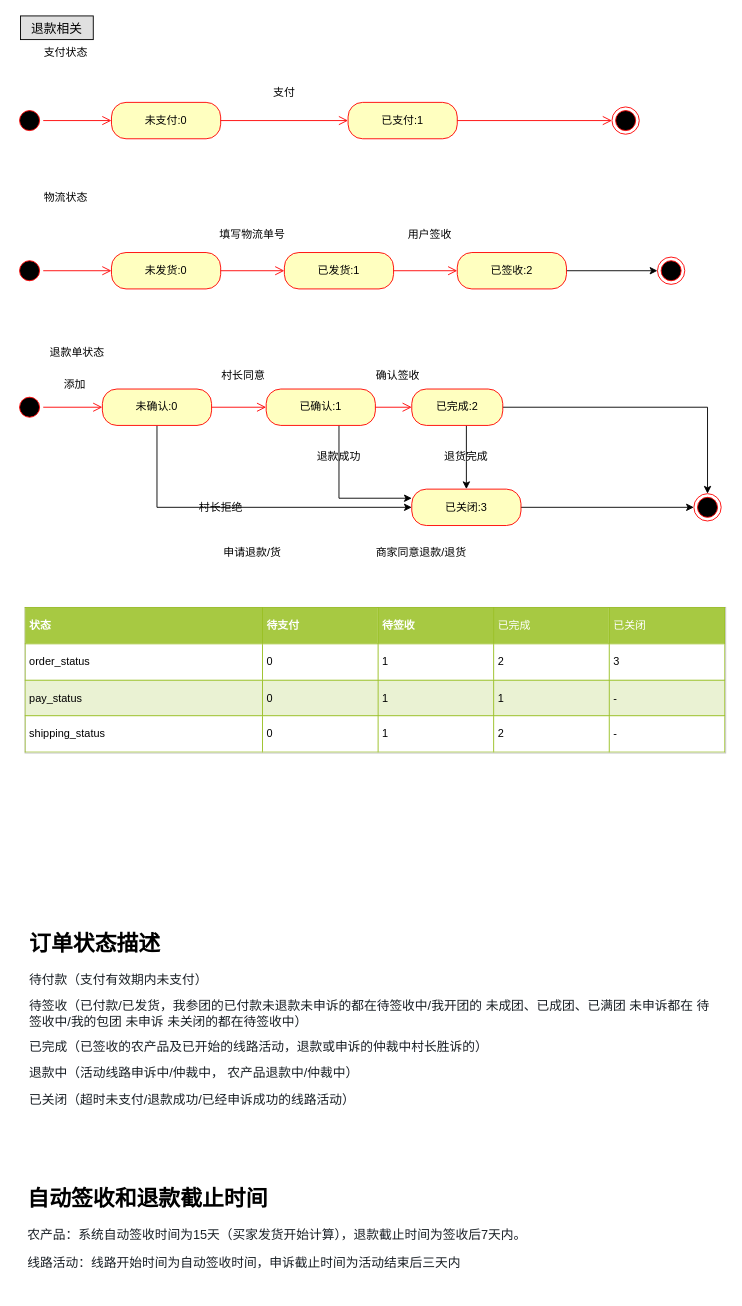
This is page "退款流程" (2 of 7) of 码上趣.drawio from JhonShi/mashangqu, a draw.io file, before an edit. Source tidied: cells renumbered, new cells numbered last; positions are measured from the earlier drawing's top-left corner, leaving out a move shared by most shapes. Both pictures are drawn from the tidied source at 91%, with x=0, y=0 at pixel (15, 15).
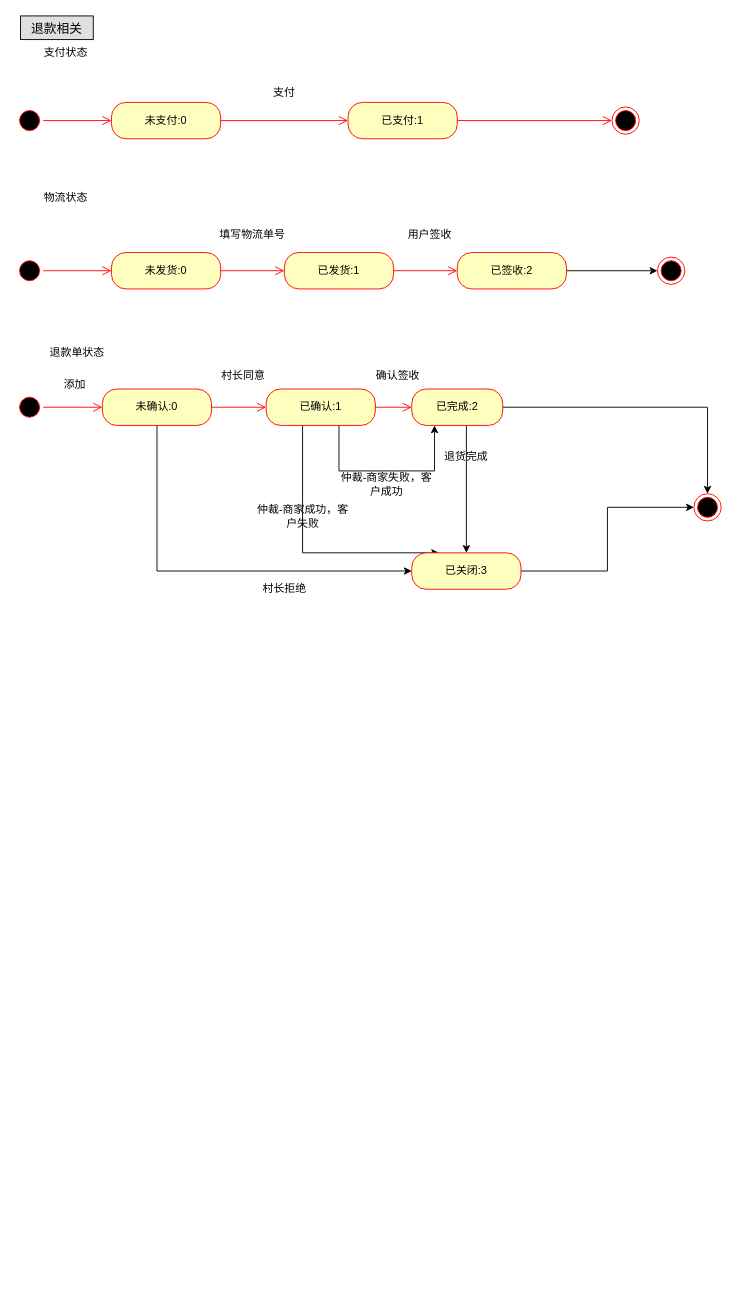
After the change.

Unchanged cells that the change refers to:
```xml
<mxCell id="27" value="未确认:0" style="rounded=1;whiteSpace=wrap;html=1;arcSize=40;fontColor=#000000;fillColor=#ffffc0;strokeColor=#ff0000;" parent="1" vertex="1">
  <mxGeometry x="95" y="410" width="120" height="40" as="geometry" />
</mxCell>
<mxCell id="30" value="已确认:1" style="rounded=1;whiteSpace=wrap;html=1;arcSize=40;fontColor=#000000;fillColor=#ffffc0;strokeColor=#ff0000;" parent="1" vertex="1">
  <mxGeometry x="275" y="410" width="120" height="40" as="geometry" />
</mxCell>
<mxCell id="34" value="已完成:2" style="rounded=1;whiteSpace=wrap;html=1;arcSize=40;fontColor=#000000;fillColor=#ffffc0;strokeColor=#ff0000;" parent="1" vertex="1">
  <mxGeometry x="435" y="410" width="100" height="40" as="geometry" />
</mxCell>
```

Change to the diagram source:
```diff
@@
     <mxCell id="26" style="edgeStyle=orthogonalEdgeStyle;rounded=0;jettySize=auto;html=1;entryX=0;entryY=0.5;entryDx=0;entryDy=0;" parent="1" edge="1" source="27" target="36">
       <mxGeometry relative="1" as="geometry">
         <Array as="points">
-          <mxPoint x="155" y="540" />
+          <mxPoint x="155" y="610" />
         </Array>
       </mxGeometry>
     </mxCell>
@@
+    <mxCell id="50" style="edgeStyle=orthogonalEdgeStyle;rounded=0;jettySize=auto;html=1;entryX=0.25;entryY=1;entryDx=0;entryDy=0;strokeWidth=1;" parent="1" edge="1" source="30" target="34">
+      <mxGeometry relative="1" as="geometry">
+        <Array as="points">
+          <mxPoint x="355" y="500" />
+          <mxPoint x="460" y="500" />
+        </Array>
+      </mxGeometry>
+    </mxCell>
-    <mxCell id="29" style="edgeStyle=orthogonalEdgeStyle;rounded=0;jettySize=auto;html=1;entryX=0;entryY=0.25;entryDx=0;entryDy=0;" parent="1" edge="1" source="30" target="36">
+    <mxCell id="29" style="edgeStyle=orthogonalEdgeStyle;rounded=0;jettySize=auto;html=1;entryX=0.25;entryY=0;entryDx=0;entryDy=0;strokeWidth=1;" parent="1" edge="1" source="30" target="36">
       <mxGeometry relative="1" as="geometry">
         <Array as="points">
-          <mxPoint x="355" y="530" />
+          <mxPoint x="315" y="590" />
         </Array>
       </mxGeometry>
     </mxCell>
@@
     <mxCell id="36" value="已关闭:3" style="rounded=1;whiteSpace=wrap;html=1;arcSize=40;fontColor=#000000;fillColor=#ffffc0;strokeColor=#ff0000;" parent="1" vertex="1">
-      <mxGeometry x="435" y="520" width="120" height="40" as="geometry" />
+      <mxGeometry x="435" y="590" width="120" height="40" as="geometry" />
     </mxCell>
@@
     <mxCell id="41" value="村长拒绝" style="text;html=1;strokeColor=none;fillColor=none;align=center;verticalAlign=middle;whiteSpace=wrap;rounded=0;" parent="1" vertex="1">
-      <mxGeometry x="172.5" y="530" width="105" height="20" as="geometry" />
+      <mxGeometry x="242.5" y="620" width="105" height="20" as="geometry" />
     </mxCell>
@@
-    <mxCell id="44" value="退款成功" style="text;html=1;strokeColor=none;fillColor=none;align=center;verticalAlign=middle;whiteSpace=wrap;rounded=0;" parent="1" vertex="1">
-      <mxGeometry x="330" y="475" width="50" height="20" as="geometry" />
-    </mxCell>
-    <mxCell id="45" value="&lt;table border=&quot;1&quot; width=&quot;100%&quot; cellpadding=&quot;4&quot; style=&quot;width: 100% ; height: 100% ; border-collapse: collapse&quot;&gt;&lt;tbody&gt;&lt;tr style=&quot;background-color: #a7c942 ; color: #ffffff ; border: 1px solid #98bf21&quot;&gt;&lt;th align=&quot;left&quot;&gt;状态&lt;/th&gt;&lt;th align=&quot;left&quot;&gt;待支付&lt;/th&gt;&lt;th align=&quot;left&quot;&gt;待签收&lt;/th&gt;&lt;td&gt;已完成&lt;/td&gt;&lt;td&gt;已关闭&lt;/td&gt;&lt;/tr&gt;&lt;tr style=&quot;border: 1px solid #98bf21&quot;&gt;&lt;td&gt;order_status&lt;/td&gt;&lt;td&gt;0&lt;/td&gt;&lt;td&gt;1&lt;/td&gt;&lt;td&gt;2&lt;/td&gt;&lt;td&gt;3&lt;/td&gt;&lt;/tr&gt;&lt;tr style=&quot;background-color: #eaf2d3 ; border: 1px solid #98bf21&quot;&gt;&lt;td&gt;pay_status&lt;/td&gt;&lt;td&gt;0&lt;/td&gt;&lt;td&gt;1&lt;/td&gt;&lt;td&gt;1&lt;/td&gt;&lt;td&gt;-&lt;/td&gt;&lt;/tr&gt;&lt;tr style=&quot;border: 1px solid #98bf21&quot;&gt;&lt;td&gt;shipping_status&lt;/td&gt;&lt;td&gt;0&lt;/td&gt;&lt;td&gt;1&lt;/td&gt;&lt;td&gt;2&lt;/td&gt;&lt;td&gt;-&lt;/td&gt;&lt;/tr&gt;&lt;/tbody&gt;&lt;/table&gt;" style="text;html=1;strokeColor=#c0c0c0;fillColor=#ffffff;overflow=fill;rounded=0;" parent="1" vertex="1">
-      <mxGeometry x="10" y="650" width="770" height="160" as="geometry" />
-    </mxCell>
-    <mxCell id="46" value="&lt;h1&gt;订单状态描述&lt;/h1&gt;&lt;p&gt;&lt;span style=&quot;color: rgb(25 , 31 , 37) ; font-family: , , &amp;#34;pingfang sc&amp;#34; , &amp;#34;hiragino sans gb&amp;#34; , &amp;#34;segoe ui&amp;#34; , , &amp;#34;roboto&amp;#34; , &amp;#34;droid sans&amp;#34; , &amp;#34;helvetica neue&amp;#34; , sans-serif ; font-size: 14px ; white-space: pre-wrap ; background-color: rgb(255 , 255 , 255)&quot;&gt;待付款（支付有效期内未支付）&lt;/span&gt;&lt;/p&gt;&lt;p&gt;&lt;span style=&quot;color: rgb(25 , 31 , 37) ; font-family: , , &amp;#34;pingfang sc&amp;#34; , &amp;#34;hiragino sans gb&amp;#34; , &amp;#34;segoe ui&amp;#34; , , &amp;#34;roboto&amp;#34; , &amp;#34;droid sans&amp;#34; , &amp;#34;helvetica neue&amp;#34; , sans-serif ; font-size: 14px ; white-space: pre-wrap ; background-color: rgb(255 , 255 , 255)&quot;&gt;待签收（已付款/已发货，我参团的已付款未退款未申诉的都在待签收中/我开团的 未成团、已成团、已满团 未申诉都在 待签收中/&lt;/span&gt;&lt;span style=&quot;color: rgb(25 , 31 , 37) ; font-family: , , &amp;#34;pingfang sc&amp;#34; , &amp;#34;hiragino sans gb&amp;#34; , &amp;#34;segoe ui&amp;#34; , , &amp;#34;roboto&amp;#34; , &amp;#34;droid sans&amp;#34; , &amp;#34;helvetica neue&amp;#34; , sans-serif ; font-size: 14px ; white-space: pre-wrap ; background-color: rgb(255 , 255 , 255)&quot;&gt;我的包团 未申诉 未关闭的都在待签收中）  &lt;/span&gt;&lt;/p&gt;&lt;p&gt;&lt;span style=&quot;color: rgb(25 , 31 , 37) ; font-family: , , &amp;#34;pingfang sc&amp;#34; , &amp;#34;hiragino sans gb&amp;#34; , &amp;#34;segoe ui&amp;#34; , , &amp;#34;roboto&amp;#34; , &amp;#34;droid sans&amp;#34; , &amp;#34;helvetica neue&amp;#34; , sans-serif ; font-size: 14px ; white-space: pre-wrap ; background-color: rgb(255 , 255 , 255)&quot;&gt;已完成（&lt;/span&gt;&lt;span style=&quot;color: rgb(25 , 31 , 37) ; font-family: , , &amp;#34;pingfang sc&amp;#34; , &amp;#34;hiragino sans gb&amp;#34; , &amp;#34;segoe ui&amp;#34; , , &amp;#34;roboto&amp;#34; , &amp;#34;droid sans&amp;#34; , &amp;#34;helvetica neue&amp;#34; , sans-serif ; font-size: 14px ; white-space: pre-wrap ; background-color: rgb(255 , 255 , 255)&quot;&gt;已签收的农产品及已开始的线路活动，退款或申诉的仲裁中村长胜诉的&lt;/span&gt;&lt;span style=&quot;color: rgb(25 , 31 , 37) ; font-family: , , &amp;#34;pingfang sc&amp;#34; , &amp;#34;hiragino sans gb&amp;#34; , &amp;#34;segoe ui&amp;#34; , , &amp;#34;roboto&amp;#34; , &amp;#34;droid sans&amp;#34; , &amp;#34;helvetica neue&amp;#34; , sans-serif ; font-size: 14px ; white-space: pre-wrap ; background-color: rgb(255 , 255 , 255)&quot;&gt;）   &lt;/span&gt;&lt;/p&gt;&lt;p&gt;&lt;span style=&quot;color: rgb(25 , 31 , 37) ; font-family: , , &amp;#34;pingfang sc&amp;#34; , &amp;#34;hiragino sans gb&amp;#34; , &amp;#34;segoe ui&amp;#34; , , &amp;#34;roboto&amp;#34; , &amp;#34;droid sans&amp;#34; , &amp;#34;helvetica neue&amp;#34; , sans-serif ; font-size: 14px ; white-space: pre-wrap ; background-color: rgb(255 , 255 , 255)&quot;&gt;退款中（&lt;/span&gt;&lt;span style=&quot;color: rgb(25 , 31 , 37) ; font-family: , , &amp;#34;pingfang sc&amp;#34; , &amp;#34;hiragino sans gb&amp;#34; , &amp;#34;segoe ui&amp;#34; , , &amp;#34;roboto&amp;#34; , &amp;#34;droid sans&amp;#34; , &amp;#34;helvetica neue&amp;#34; , sans-serif ; font-size: 14px ; white-space: pre-wrap ; background-color: rgb(255 , 255 , 255)&quot;&gt;活动线路申诉中/仲裁中， 农产品退款中/仲裁中&lt;/span&gt;&lt;span style=&quot;color: rgb(25 , 31 , 37) ; font-family: , , &amp;#34;pingfang sc&amp;#34; , &amp;#34;hiragino sans gb&amp;#34; , &amp;#34;segoe ui&amp;#34; , , &amp;#34;roboto&amp;#34; , &amp;#34;droid sans&amp;#34; , &amp;#34;helvetica neue&amp;#34; , sans-serif ; font-size: 14px ; white-space: pre-wrap ; background-color: rgb(255 , 255 , 255)&quot;&gt;）&lt;/span&gt;&lt;/p&gt;&lt;p&gt;&lt;span style=&quot;color: rgb(25 , 31 , 37) ; font-family: , , &amp;#34;pingfang sc&amp;#34; , &amp;#34;hiragino sans gb&amp;#34; , &amp;#34;segoe ui&amp;#34; , , &amp;#34;roboto&amp;#34; , &amp;#34;droid sans&amp;#34; , &amp;#34;helvetica neue&amp;#34; , sans-serif ; font-size: 14px ; white-space: pre-wrap ; background-color: rgb(255 , 255 , 255)&quot;&gt;已关闭（&lt;/span&gt;&lt;span style=&quot;color: rgb(25 , 31 , 37) ; font-family: , , &amp;#34;pingfang sc&amp;#34; , &amp;#34;hiragino sans gb&amp;#34; , &amp;#34;segoe ui&amp;#34; , , &amp;#34;roboto&amp;#34; , &amp;#34;droid sans&amp;#34; , &amp;#34;helvetica neue&amp;#34; , sans-serif ; font-size: 14px ; white-space: pre-wrap ; background-color: rgb(255 , 255 , 255)&quot;&gt;超时未支付/退款成功/已经申诉成功的线路活动&lt;/span&gt;&lt;span style=&quot;color: rgb(25 , 31 , 37) ; font-family: , , &amp;#34;pingfang sc&amp;#34; , &amp;#34;hiragino sans gb&amp;#34; , &amp;#34;segoe ui&amp;#34; , , &amp;#34;roboto&amp;#34; , &amp;#34;droid sans&amp;#34; , &amp;#34;helvetica neue&amp;#34; , sans-serif ; font-size: 14px ; white-space: pre-wrap ; background-color: rgb(255 , 255 , 255)&quot;&gt;）&lt;/span&gt;&lt;br&gt;&lt;/p&gt;" style="text;html=1;strokeColor=none;fillColor=none;spacing=5;spacingTop=-20;whiteSpace=wrap;overflow=hidden;rounded=0;" parent="1" vertex="1">
-      <mxGeometry x="10" y="1000" width="760" height="230" as="geometry" />
-    </mxCell>
-    <mxCell id="47" value="申请退款/货" style="text;html=1;strokeColor=none;fillColor=none;align=center;verticalAlign=middle;whiteSpace=wrap;rounded=0;" parent="1" vertex="1">
-      <mxGeometry x="225" y="580" width="70" height="20" as="geometry" />
-    </mxCell>
-    <mxCell id="48" value="商家同意退款/退货" style="text;html=1;strokeColor=none;fillColor=none;align=center;verticalAlign=middle;whiteSpace=wrap;rounded=0;" parent="1" vertex="1">
-      <mxGeometry x="387.5" y="580" width="115" height="20" as="geometry" />
-    </mxCell>
-    <mxCell id="49" value="&lt;h1&gt;自动签收和退款截止时间&lt;/h1&gt;&lt;p&gt;&lt;span style=&quot;color: rgb(25 , 31 , 37) ; font-family: , , &amp;#34;pingfang sc&amp;#34; , &amp;#34;hiragino sans gb&amp;#34; , &amp;#34;segoe ui&amp;#34; , , &amp;#34;roboto&amp;#34; , &amp;#34;droid sans&amp;#34; , &amp;#34;helvetica neue&amp;#34; , sans-serif ; font-size: 14px ; white-space: pre-wrap ; background-color: rgb(255 , 255 , 255)&quot;&gt;农产品：系统自动签收时间为15天（买家发货开始计算），退款截止时间为签收后7天内。&lt;/span&gt;&lt;br style=&quot;box-sizing: border-box ; color: rgb(25 , 31 , 37) ; font-family: , , &amp;#34;pingfang sc&amp;#34; , &amp;#34;hiragino sans gb&amp;#34; , &amp;#34;segoe ui&amp;#34; , , &amp;#34;roboto&amp;#34; , &amp;#34;droid sans&amp;#34; , &amp;#34;helvetica neue&amp;#34; , sans-serif ; font-size: 14px ; white-space: pre-wrap ; background-color: rgb(255 , 255 , 255)&quot;&gt;&lt;br style=&quot;box-sizing: border-box ; color: rgb(25 , 31 , 37) ; font-family: , , &amp;#34;pingfang sc&amp;#34; , &amp;#34;hiragino sans gb&amp;#34; , &amp;#34;segoe ui&amp;#34; , , &amp;#34;roboto&amp;#34; , &amp;#34;droid sans&amp;#34; , &amp;#34;helvetica neue&amp;#34; , sans-serif ; font-size: 14px ; white-space: pre-wrap ; background-color: rgb(255 , 255 , 255)&quot;&gt;&lt;span style=&quot;color: rgb(25 , 31 , 37) ; font-family: , , &amp;#34;pingfang sc&amp;#34; , &amp;#34;hiragino sans gb&amp;#34; , &amp;#34;segoe ui&amp;#34; , , &amp;#34;roboto&amp;#34; , &amp;#34;droid sans&amp;#34; , &amp;#34;helvetica neue&amp;#34; , sans-serif ; font-size: 14px ; white-space: pre-wrap ; background-color: rgb(255 , 255 , 255)&quot;&gt;线路活动：线路开始时间为自动签收时间，申诉截止时间为活动结束后三天内&lt;/span&gt;&lt;br&gt;&lt;/p&gt;" style="text;html=1;strokeColor=none;fillColor=none;spacing=5;spacingTop=-20;whiteSpace=wrap;overflow=hidden;rounded=0;" parent="1" vertex="1">
-      <mxGeometry x="8" y="1280" width="740" height="120" as="geometry" />
-    </mxCell>
+    <mxCell id="51" value="仲裁-商家失败，客户成功" style="text;html=1;strokeColor=none;fillColor=none;align=center;verticalAlign=middle;whiteSpace=wrap;rounded=0;" parent="1" vertex="1">
+      <mxGeometry x="355" y="505" width="105" height="20" as="geometry" />
+    </mxCell>
+    <mxCell id="52" value="仲裁-商家成功，客户失败" style="text;html=1;strokeColor=none;fillColor=none;align=center;verticalAlign=middle;whiteSpace=wrap;rounded=0;" parent="1" vertex="1">
+      <mxGeometry x="262.5" y="540" width="105" height="20" as="geometry" />
+    </mxCell>
```
